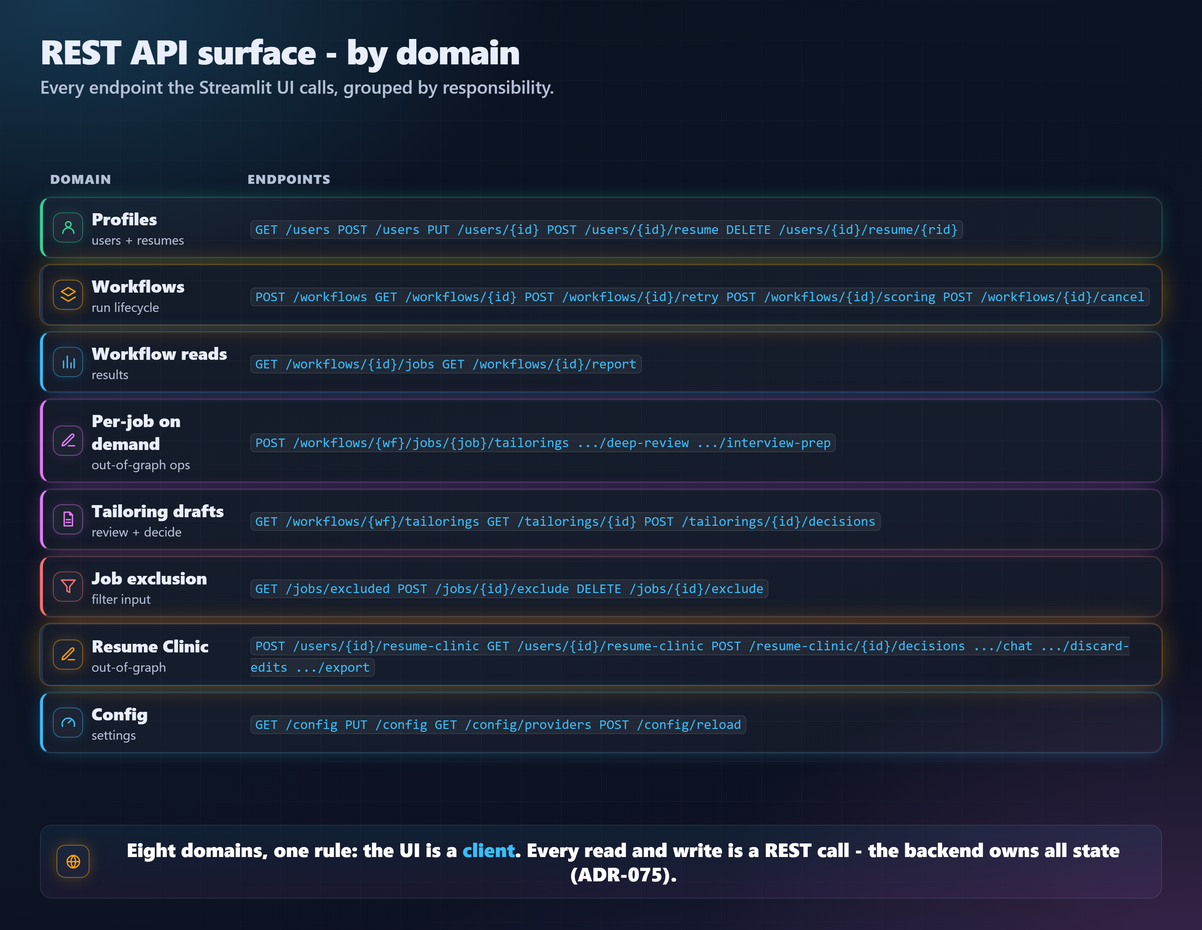
suthrams/jobsearchagent-v2 keeps this Mermaid diagram as docs/architecture/images/api_surface.png. Above is the earlier version. Its source is kept beside it as docs/architecture/images/api_surface.mmd.
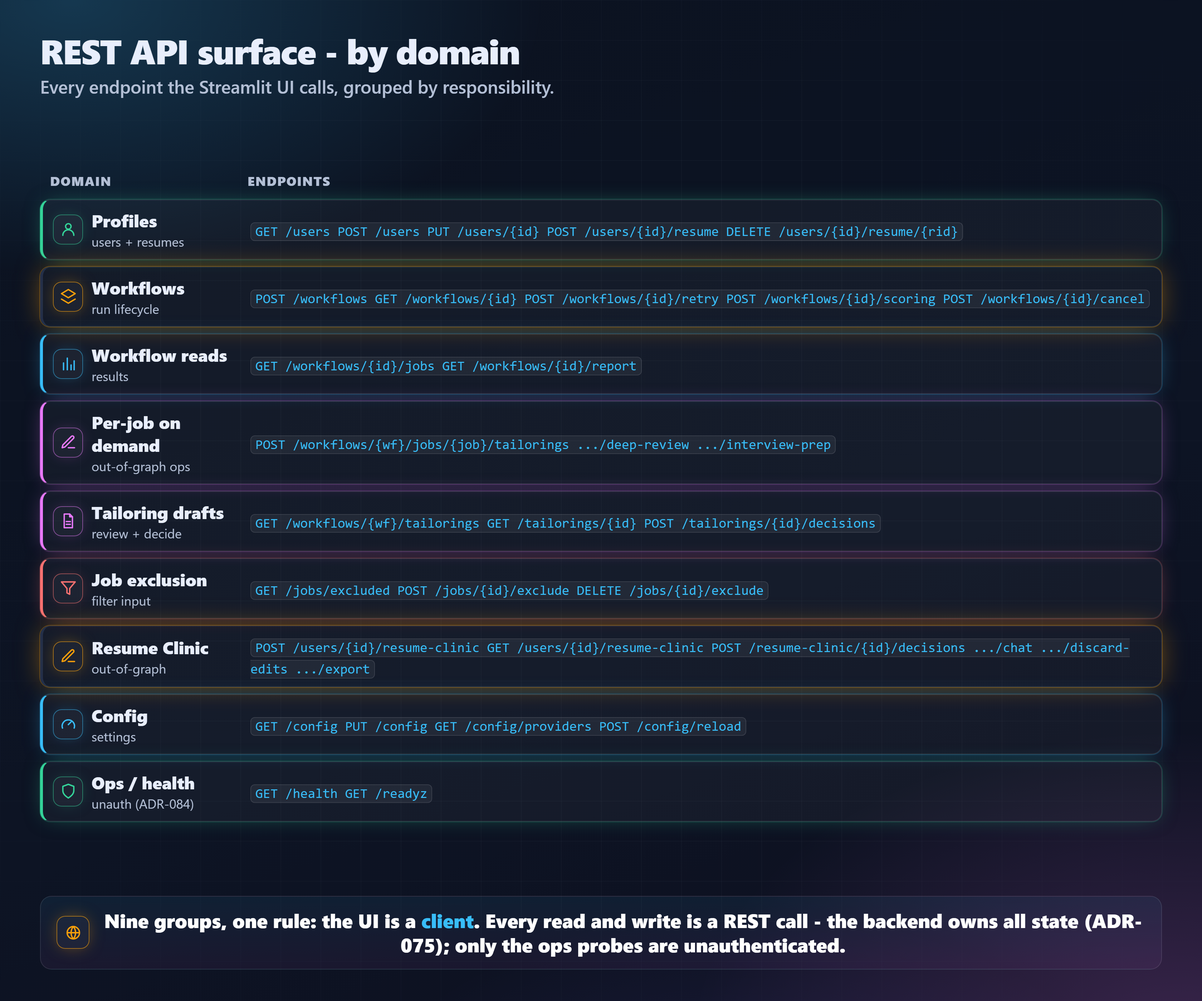
The same file after the commit.

The edit, as a diff of the source:
```diff
@@ -53,3 +53,8 @@
         f3[GET /config/providers]
         f4[POST /config/reload]
     end
+
+    subgraph Ops_health
+        o1[GET /health]
+        o2[GET /readyz]
+    end
```
